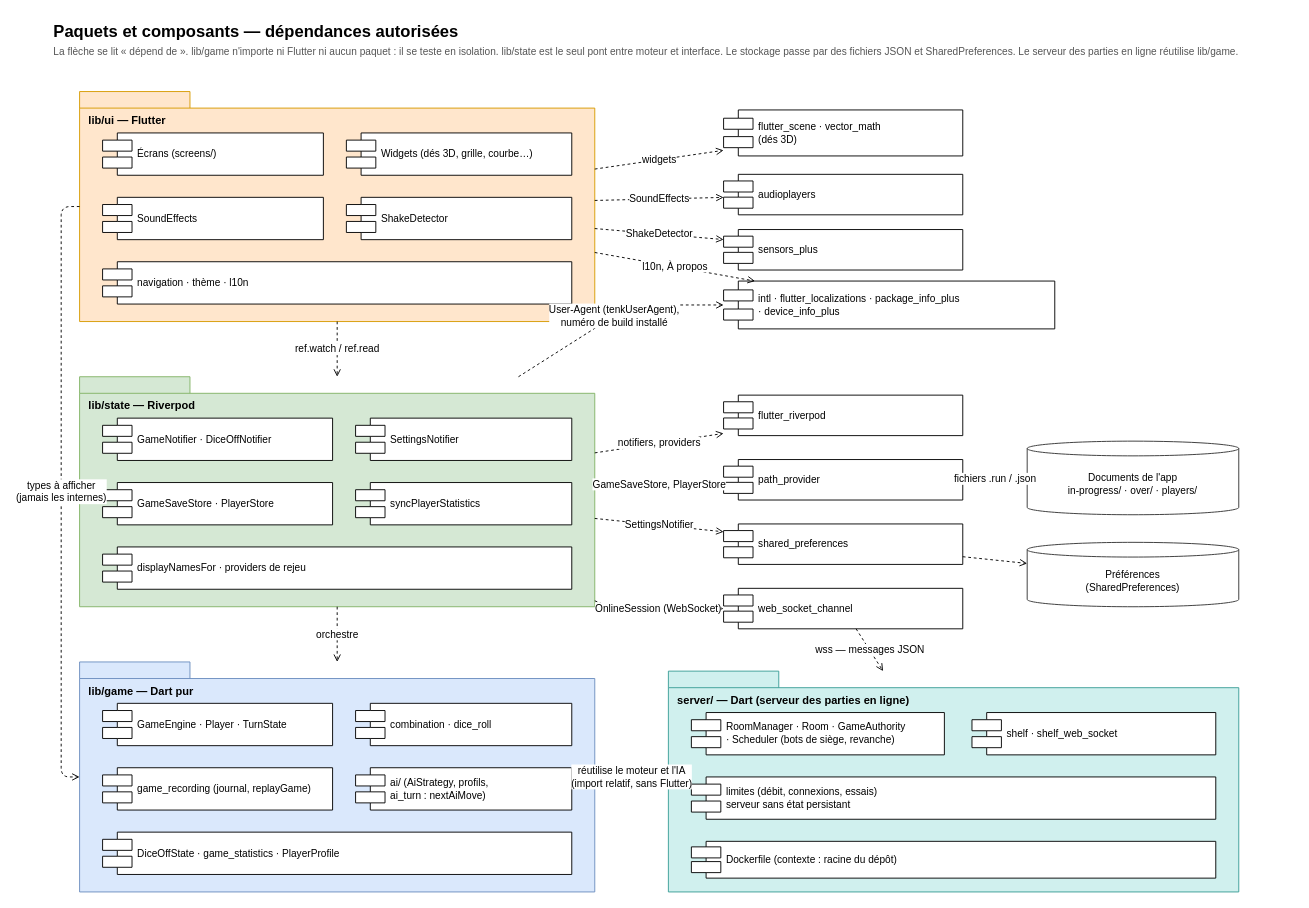
Before: docs/uml/components.drawio in microscotch/tenk, a draw.io diagram. Source tidied: cells renumbered, new cells numbered last; positions are measured from the earlier drawing's top-left corner, leaving out a move shared by most shapes. Both pictures are drawn from the tidied source at 92%, with x=0, y=0 at pixel (52, 16).
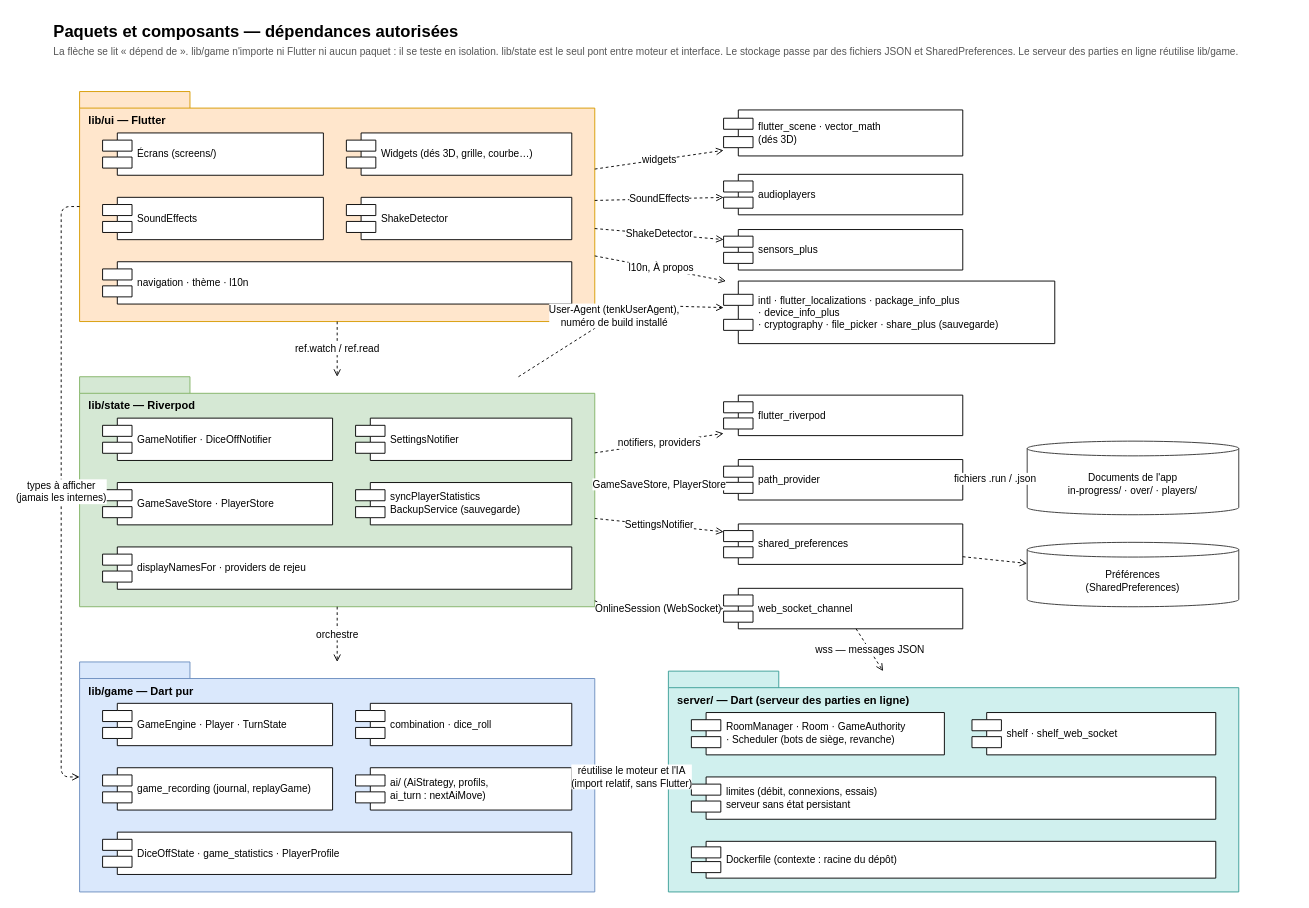
Above is the later version.

The edit, as a diff of the source:
```diff
@@
-    <mxCell id="14" value="syncPlayerStatistics" style="shape=component;align=left;spacingLeft=36;whiteSpace=wrap;html=1;fontSize=11;" parent="1" vertex="1">
+    <mxCell id="14" value="syncPlayerStatistics&lt;br&gt;BackupService (sauvegarde)" style="shape=component;align=left;spacingLeft=36;whiteSpace=wrap;html=1;fontSize=11;" parent="1" vertex="1">
       <mxGeometry x="330" y="507" width="235" height="46" as="geometry" />
     </mxCell>
@@
-    <mxCell id="25" value="intl · flutter_localizations · package_info_plus&lt;br/&gt;· device_info_plus" style="shape=component;align=left;spacingLeft=36;whiteSpace=wrap;html=1;fontSize=11;" parent="1" vertex="1">
-      <mxGeometry x="730" y="288" width="360" height="52" as="geometry" />
+    <mxCell id="25" value="intl · flutter_localizations · package_info_plus&lt;br/&gt;· device_info_plus&lt;br/&gt;· cryptography · file_picker · share_plus (sauvegarde)" style="shape=component;align=left;spacingLeft=36;whiteSpace=wrap;html=1;fontSize=11;" parent="1" vertex="1">
+      <mxGeometry x="730" y="288" width="360" height="68" as="geometry" />
     </mxCell>
```
